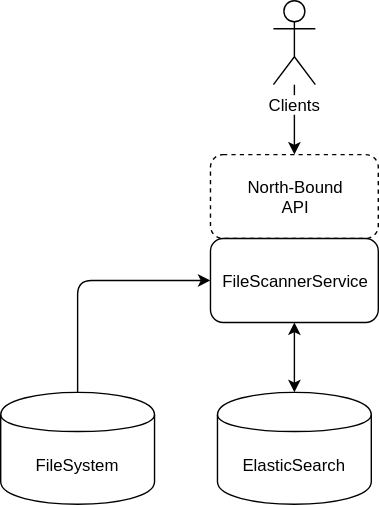
Before: data-scanner-service/docs/architecture.svg, a diagram exported from draw.io (jveverka/data-lab). Source tidied: cells renumbered, new cells last; positions are measured from the earlier drawing's top-left corner, leaving out a move shared by most shapes. Its diagram source:
```xml
<mxGraphModel>
  <root>
    <mxCell id="0" />
    <mxCell id="1" parent="0" />
    <mxCell id="2" value="North-Bound&lt;br&gt;API" style="rounded=1;whiteSpace=wrap;html=1;dashed=1;" parent="1" vertex="1">
      <mxGeometry x="150" y="110" width="120" height="60" as="geometry" />
    </mxCell>
    <mxCell id="3" value="FileScannerService" style="rounded=1;whiteSpace=wrap;html=1;" parent="1" vertex="1">
      <mxGeometry x="150" y="170" width="120" height="60" as="geometry" />
    </mxCell>
    <mxCell id="4" value="ElasticSearch" style="shape=cylinder;whiteSpace=wrap;html=1;boundedLbl=1;backgroundOutline=1;" parent="1" vertex="1">
      <mxGeometry x="155" y="280" width="110" height="80" as="geometry" />
    </mxCell>
    <mxCell id="5" style="edgeStyle=orthogonalEdgeStyle;rounded=0;jettySize=auto;html=1;" parent="1" edge="1" source="6" target="2">
      <mxGeometry relative="1" as="geometry" />
    </mxCell>
    <mxCell id="6" value="Clients" style="shape=umlActor;verticalLabelPosition=bottom;labelBackgroundColor=#ffffff;verticalAlign=top;html=1;outlineConnect=0;" parent="1" vertex="1">
      <mxGeometry x="195" width="30" height="60" as="geometry" />
    </mxCell>
    <mxCell id="7" style="endArrow=classic;startArrow=classic;html=1;entryX=0.5;entryY=1;entryDx=0;entryDy=0;exitX=0.5;exitY=0;exitDx=0;exitDy=0;" parent="1" edge="1" source="4" target="3">
      <mxGeometry relative="1" as="geometry" />
    </mxCell>
    <mxCell id="8" value="FileSystem" style="shape=cylinder;whiteSpace=wrap;html=1;boundedLbl=1;backgroundOutline=1;" parent="1" vertex="1">
      <mxGeometry y="280" width="110" height="80" as="geometry" />
    </mxCell>
    <mxCell id="9" style="endArrow=classic;html=1;entryX=0;entryY=0.5;entryDx=0;entryDy=0;exitX=0.5;exitY=0;exitDx=0;exitDy=0;" parent="1" edge="1" source="8" target="3">
      <mxGeometry relative="1" as="geometry">
        <Array as="points">
          <mxPoint x="55" y="200" />
        </Array>
      </mxGeometry>
    </mxCell>
  </root>
</mxGraphModel>
```
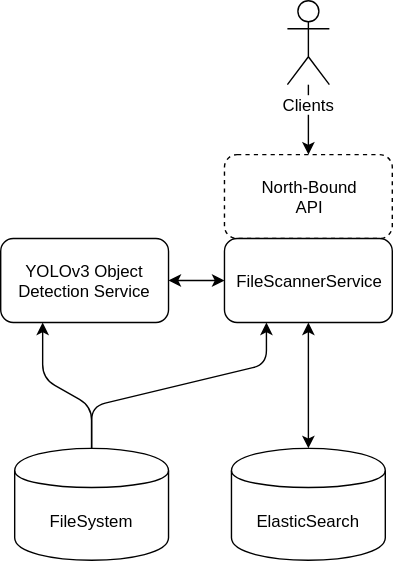
Above is the later version.

The edit, as a diff of the source:
```diff
@@ -9,7 +9,7 @@
       <mxGeometry x="150" y="170" width="120" height="60" as="geometry" />
     </mxCell>
     <mxCell id="4" value="ElasticSearch" style="shape=cylinder;whiteSpace=wrap;html=1;boundedLbl=1;backgroundOutline=1;" parent="1" vertex="1">
-      <mxGeometry x="155" y="280" width="110" height="80" as="geometry" />
+      <mxGeometry x="155" y="320" width="110" height="80" as="geometry" />
     </mxCell>
     <mxCell id="5" style="edgeStyle=orthogonalEdgeStyle;rounded=0;jettySize=auto;html=1;" parent="1" edge="1" source="6" target="2">
       <mxGeometry relative="1" as="geometry" />
@@ -21,14 +21,29 @@
       <mxGeometry relative="1" as="geometry" />
     </mxCell>
     <mxCell id="8" value="FileSystem" style="shape=cylinder;whiteSpace=wrap;html=1;boundedLbl=1;backgroundOutline=1;" parent="1" vertex="1">
-      <mxGeometry y="280" width="110" height="80" as="geometry" />
+      <mxGeometry y="320" width="110" height="80" as="geometry" />
     </mxCell>
-    <mxCell id="9" style="endArrow=classic;html=1;entryX=0;entryY=0.5;entryDx=0;entryDy=0;exitX=0.5;exitY=0;exitDx=0;exitDy=0;" parent="1" edge="1" source="8" target="3">
+    <mxCell id="9" style="endArrow=classic;html=1;entryX=0.25;entryY=1;entryDx=0;entryDy=0;exitX=0.5;exitY=0;exitDx=0;exitDy=0;" parent="1" edge="1" source="8" target="3">
       <mxGeometry relative="1" as="geometry">
         <Array as="points">
-          <mxPoint x="55" y="200" />
+          <mxPoint x="55" y="290" />
+          <mxPoint x="180" y="260" />
         </Array>
       </mxGeometry>
     </mxCell>
+    <mxCell id="10" value="YOLOv3 Object Detection Service" style="rounded=1;whiteSpace=wrap;html=1;" parent="1" vertex="1">
+      <mxGeometry x="-10" y="170" width="120" height="60" as="geometry" />
+    </mxCell>
+    <mxCell id="11" style="endArrow=classic;startArrow=classic;html=1;entryX=0;entryY=0.5;entryDx=0;entryDy=0;exitX=1;exitY=0.5;exitDx=0;exitDy=0;" parent="1" edge="1" source="10" target="3">
+      <mxGeometry relative="1" as="geometry" />
+    </mxCell>
+    <mxCell id="12" style="endArrow=classic;html=1;entryX=0.25;entryY=1;entryDx=0;entryDy=0;exitX=0.5;exitY=0;exitDx=0;exitDy=0;" parent="1" edge="1" source="8" target="10">
+      <mxGeometry relative="1" as="geometry">
+        <Array as="points">
+          <mxPoint x="55" y="290" />
+          <mxPoint x="20" y="270" />
+        </Array>
+      </mxGeometry>
+    </mxCell>
   </root>
 </mxGraphModel>
```
